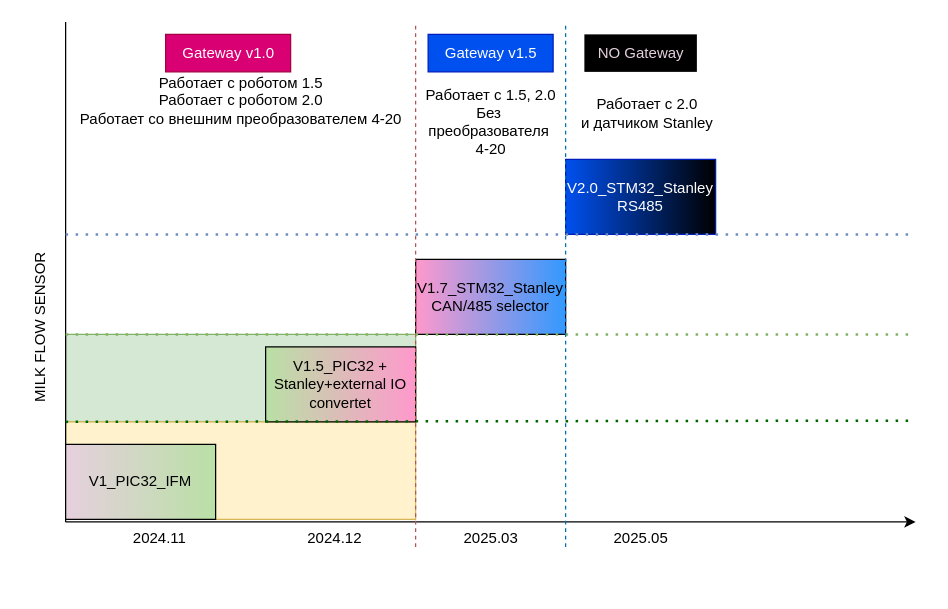
Above: MFS_Roadmap.drawio in megavad/Diagrams (draw.io), before the change. Source tidied: cells renumbered, new cells numbered last; positions are measured from the earlier drawing's top-left corner, leaving out a move shared by most shapes. Both pictures are drawn from the tidied source at 125%, with x=0, y=0 at pixel (-48, 21).
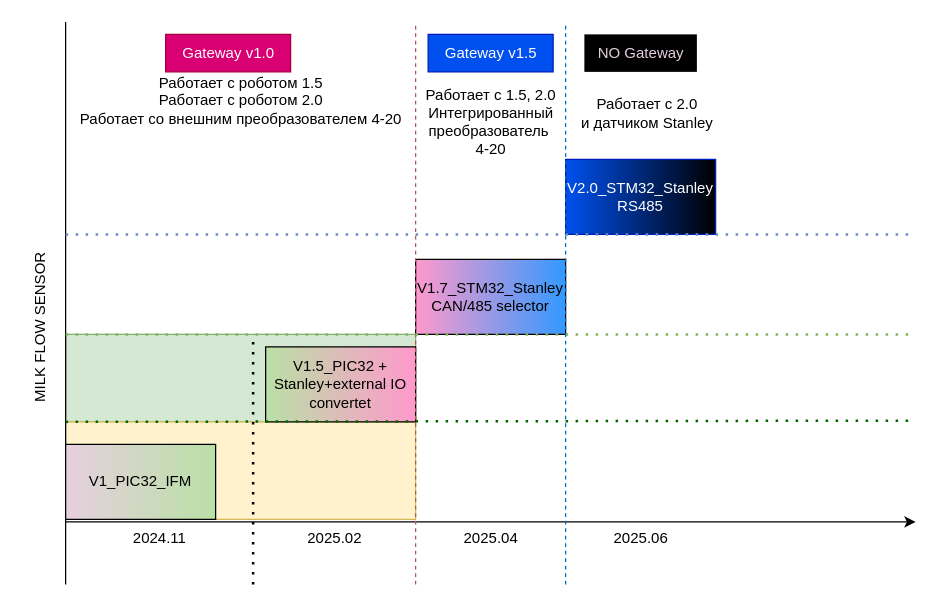
Above is the later version.

What changed in the source:
```diff
@@
     <mxCell id="5" style="endArrow=none;html=1;rounded=0;" parent="1" edge="1">
       <mxGeometry relative="1" as="geometry">
-        <mxPoint x="90" y="400" as="sourcePoint" />
+        <mxPoint x="90" y="450" as="sourcePoint" />
         <mxPoint x="90" as="targetPoint" />
       </mxGeometry>
     </mxCell>
@@
-    <mxCell id="13" value="2024.12" style="text;html=1;align=center;verticalAlign=middle;strokeColor=none;fillColor=none;" parent="1" vertex="1">
+    <mxCell id="13" value="2025.02" style="text;html=1;align=center;verticalAlign=middle;strokeColor=none;fillColor=none;" parent="1" vertex="1">
       <mxGeometry x="270" y="398" width="70" height="30" as="geometry" />
     </mxCell>
     <mxCell id="14" style="endArrow=none;dashed=1;html=1;rounded=0;fillColor=#f8cecc;strokeColor=#b85450;" parent="1" edge="1">
       <mxGeometry relative="1" as="geometry">
-        <mxPoint x="370" y="420" as="sourcePoint" />
+        <mxPoint x="370" y="450" as="sourcePoint" />
         <mxPoint x="370" as="targetPoint" />
       </mxGeometry>
     </mxCell>
@@
-    <mxCell id="18" value="2025.05" style="text;html=1;align=center;verticalAlign=middle;strokeColor=none;fillColor=none;" parent="1" vertex="1">
+    <mxCell id="18" value="2025.06" style="text;html=1;align=center;verticalAlign=middle;strokeColor=none;fillColor=none;" parent="1" vertex="1">
       <mxGeometry x="515" y="398" width="70" height="30" as="geometry" />
     </mxCell>
-    <mxCell id="19" value="2025.03" style="text;html=1;align=center;verticalAlign=middle;strokeColor=none;fillColor=none;" parent="1" vertex="1">
+    <mxCell id="19" value="2025.04" style="text;html=1;align=center;verticalAlign=middle;strokeColor=none;fillColor=none;" parent="1" vertex="1">
       <mxGeometry x="395" y="398" width="70" height="30" as="geometry" />
     </mxCell>
     <mxCell id="20" style="endArrow=none;dashed=1;html=1;rounded=0;fillColor=#1ba1e2;strokeColor=#006EAF;" parent="1" edge="1">
       <mxGeometry relative="1" as="geometry">
-        <mxPoint x="490" y="420" as="sourcePoint" />
+        <mxPoint x="490" y="450" as="sourcePoint" />
         <mxPoint x="490" as="targetPoint" />
       </mxGeometry>
     </mxCell>
@@
-    <mxCell id="24" value="Работает с 1.5, 2.0&lt;div&gt;Без&amp;nbsp;&lt;/div&gt;&lt;div&gt;преобразователя&amp;nbsp;&lt;/div&gt;&lt;div&gt;4-20&lt;/div&gt;" style="text;html=1;align=center;verticalAlign=middle;strokeColor=none;fillColor=none;" parent="1" vertex="1">
+    <mxCell id="24" value="Работает с 1.5, 2.0&lt;div&gt;Интегрированный&lt;/div&gt;&lt;div&gt;преобразователь&amp;nbsp;&lt;/div&gt;&lt;div&gt;4-20&lt;/div&gt;" style="text;html=1;align=center;verticalAlign=middle;strokeColor=none;fillColor=none;" parent="1" vertex="1">
       <mxGeometry x="365" y="45" width="130" height="70" as="geometry" />
     </mxCell>
@@
+    <mxCell id="26" style="endArrow=none;dashed=1;html=1;dashPattern=1 3;strokeWidth=2;rounded=0;" parent="1" edge="1">
+      <mxGeometry relative="1" as="geometry">
+        <mxPoint x="240" y="450" as="sourcePoint" />
+        <mxPoint x="240" y="250" as="targetPoint" />
+      </mxGeometry>
+    </mxCell>
```
